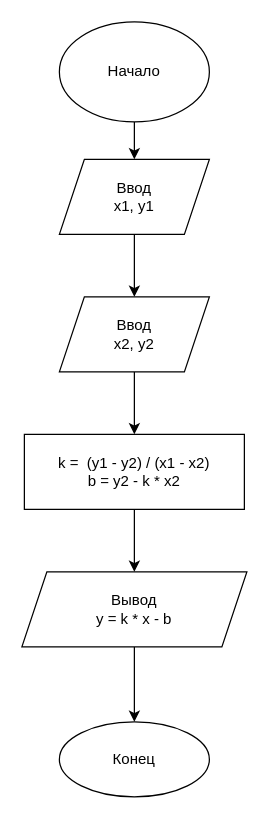
Before: lesson_1/lesson1_ex3.drawio in peleskov/algorithms, a draw.io diagram. Source tidied: cells renumbered, new cells numbered last; positions are measured from the earlier drawing's top-left corner, leaving out a move shared by most shapes. Both pictures are drawn from the tidied source at 125%, with x=0, y=0 at pixel (21, 21).
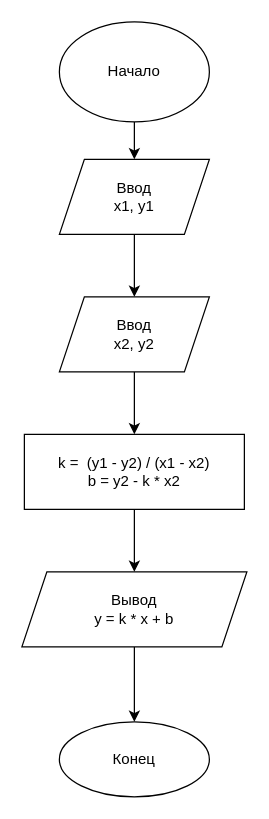
After the change.

What changed in the source:
```diff
@@
 <mxGraphModel>
   <root>
     <mxCell id="0" />
     <mxCell id="1" parent="0" />
     <mxCell id="2" style="edgeStyle=orthogonalEdgeStyle;rounded=0;jettySize=auto;html=1;" parent="1" edge="1" source="3" target="5">
       <mxGeometry relative="1" as="geometry" />
     </mxCell>
     <mxCell id="3" value="Начало" style="ellipse;whiteSpace=wrap;html=1;" parent="1" vertex="1">
       <mxGeometry x="30" width="120" height="80" as="geometry" />
     </mxCell>
     <mxCell id="4" style="edgeStyle=orthogonalEdgeStyle;rounded=0;jettySize=auto;html=1;" parent="1" edge="1" source="5" target="7">
       <mxGeometry relative="1" as="geometry" />
     </mxCell>
     <mxCell id="5" value="Ввод&lt;br&gt;x1, y1" style="shape=parallelogram;perimeter=parallelogramPerimeter;whiteSpace=wrap;html=1;fixedSize=1;" parent="1" vertex="1">
       <mxGeometry x="30" y="110" width="120" height="60" as="geometry" />
     </mxCell>
     <mxCell id="6" style="edgeStyle=orthogonalEdgeStyle;rounded=0;jettySize=auto;html=1;" parent="1" edge="1" source="7" target="9">
       <mxGeometry relative="1" as="geometry" />
     </mxCell>
     <mxCell id="7" value="Ввод&lt;br&gt;x2, y2" style="shape=parallelogram;perimeter=parallelogramPerimeter;whiteSpace=wrap;html=1;fixedSize=1;" parent="1" vertex="1">
       <mxGeometry x="30" y="220" width="120" height="60" as="geometry" />
     </mxCell>
     <mxCell id="8" style="edgeStyle=orthogonalEdgeStyle;rounded=0;jettySize=auto;html=1;" parent="1" edge="1" source="9" target="11">
       <mxGeometry relative="1" as="geometry" />
     </mxCell>
     <mxCell id="9" value="k =&amp;nbsp; (y1 - y2) / (x1 - x2)&lt;br&gt;b = y2 - k * x2" style="whiteSpace=wrap;html=1;" parent="1" vertex="1">
       <mxGeometry x="2" y="330" width="176" height="60" as="geometry" />
     </mxCell>
     <mxCell id="10" style="edgeStyle=orthogonalEdgeStyle;rounded=0;jettySize=auto;html=1;" parent="1" edge="1" source="11" target="12">
       <mxGeometry relative="1" as="geometry" />
     </mxCell>
-    <mxCell id="11" value="Вывод&lt;br&gt;y = k * x - b" style="shape=parallelogram;perimeter=parallelogramPerimeter;whiteSpace=wrap;html=1;fixedSize=1;" parent="1" vertex="1">
+    <mxCell id="11" value="Вывод&lt;br&gt;y = k * x + b" style="shape=parallelogram;perimeter=parallelogramPerimeter;whiteSpace=wrap;html=1;fixedSize=1;" parent="1" vertex="1">
       <mxGeometry y="440" width="180" height="60" as="geometry" />
     </mxCell>
     <mxCell id="12" value="Конец" style="ellipse;whiteSpace=wrap;html=1;" parent="1" vertex="1">
       <mxGeometry x="30" y="560" width="120" height="60" as="geometry" />
     </mxCell>
   </root>
 </mxGraphModel>
```
